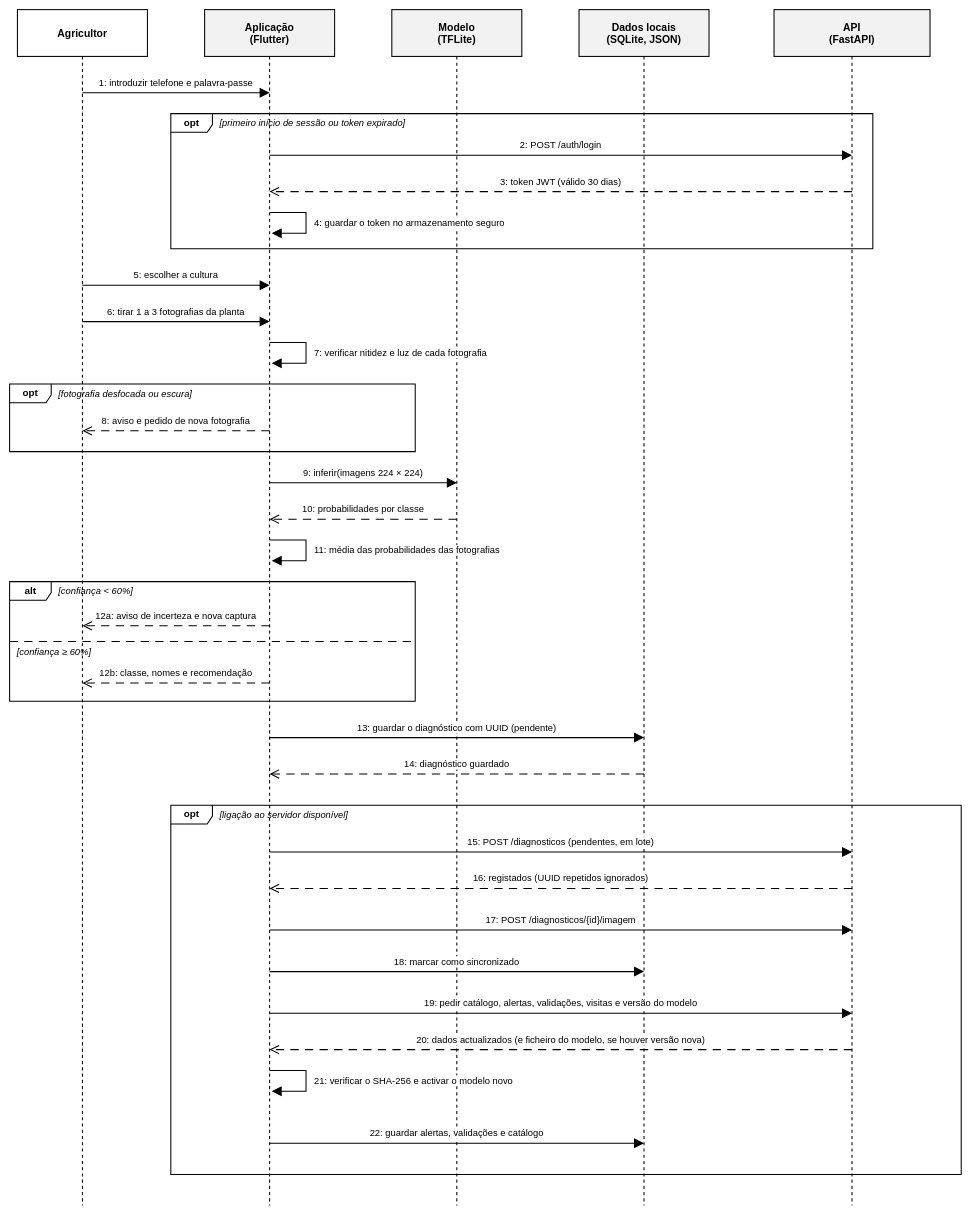
The draw.io diagram docs/entrega_tese/diagramas_v2/D4_sequencia_diagnostico.drawio in Yanick23/plataforma-fitossanitaria, before the edit. Source tidied: cells renumbered, new cells numbered last; positions are measured from the earlier drawing's top-left corner, leaving out a move shared by most shapes. Both pictures are drawn from the tidied source at 52%, with x=0, y=0 at pixel (9, 9).
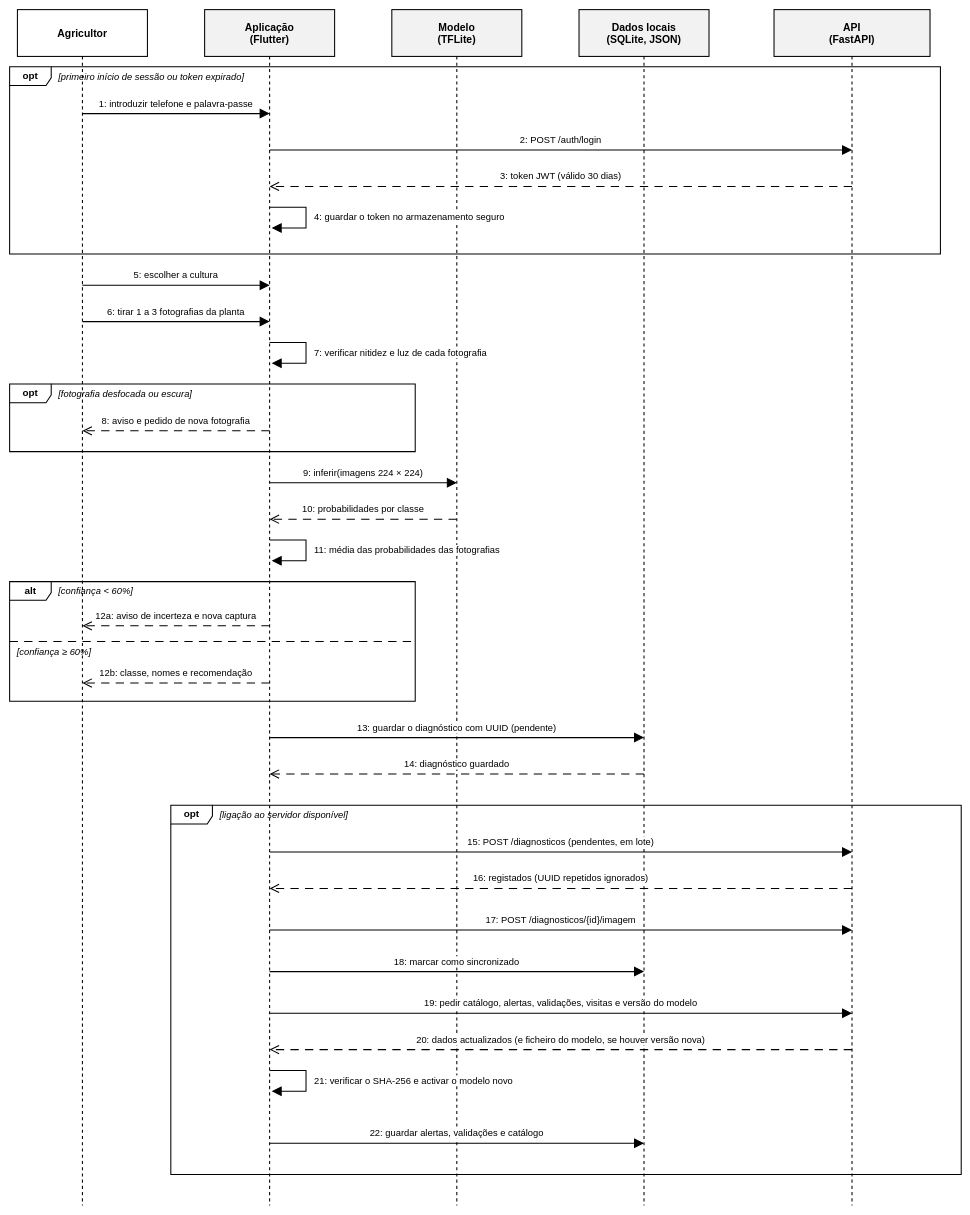
The same diagram, later.

The edit, as a diff of the source:
```diff
@@
-    <mxCell id="7" style="strokeColor=#000000;strokeWidth=2;endArrow=block;endFill=1;endSize=14;html=1;" parent="1" edge="1">
-      <mxGeometry relative="1" as="geometry">
-        <mxPoint x="140" y="160" as="sourcePoint" />
-        <mxPoint x="500" y="160" as="targetPoint" />
-      </mxGeometry>
+    <mxCell id="7" value="opt" style="shape=umlFrame;whiteSpace=wrap;html=1;width=80;height=36;fontFamily=Helvetica;fontColor=#000000;strokeColor=#000000;strokeWidth=2;fillColor=none;fontSize=19;fontStyle=1;" parent="1" vertex="1">
+      <mxGeometry y="110" width="1790" height="360" as="geometry" />
     </mxCell>
-    <mxCell id="8" value="1: introduzir telefone e palavra-passe" style="text;labelBackgroundColor=#FFFFFF;html=1;fontFamily=Helvetica;fontColor=#000000;fontSize=18;fontStyle=0;align=center;verticalAlign=middle;whiteSpace=wrap;" parent="1" vertex="1">
-      <mxGeometry x="100" y="126" width="440" height="30" as="geometry" />
+    <mxCell id="8" value="[primeiro início de sessão ou token expirado]" style="text;html=1;fontFamily=Helvetica;fontColor=#000000;fontSize=18;fontStyle=2;align=left;verticalAlign=middle;whiteSpace=wrap;" parent="1" vertex="1">
+      <mxGeometry x="92" y="112" width="1690" height="34" as="geometry" />
     </mxCell>
-    <mxCell id="9" value="opt" style="shape=umlFrame;whiteSpace=wrap;html=1;width=80;height=36;fontFamily=Helvetica;fontColor=#000000;strokeColor=#000000;strokeWidth=2;fillColor=none;fontSize=19;fontStyle=1;" parent="1" vertex="1">
-      <mxGeometry x="310" y="200" width="1350" height="260" as="geometry" />
+    <mxCell id="9" style="strokeColor=#000000;strokeWidth=2;endArrow=block;endFill=1;endSize=14;html=1;" parent="1" edge="1">
+      <mxGeometry relative="1" as="geometry">
+        <mxPoint x="140" y="200" as="sourcePoint" />
+        <mxPoint x="500" y="200" as="targetPoint" />
+      </mxGeometry>
     </mxCell>
-    <mxCell id="10" value="[primeiro início de sessão ou token expirado]" style="text;html=1;fontFamily=Helvetica;fontColor=#000000;fontSize=18;fontStyle=2;align=left;verticalAlign=middle;whiteSpace=wrap;" parent="1" vertex="1">
-      <mxGeometry x="402" y="202" width="1250" height="34" as="geometry" />
+    <mxCell id="10" value="1: introduzir telefone e palavra-passe" style="text;labelBackgroundColor=#FFFFFF;html=1;fontFamily=Helvetica;fontColor=#000000;fontSize=18;fontStyle=0;align=center;verticalAlign=middle;whiteSpace=wrap;" parent="1" vertex="1">
+      <mxGeometry x="100" y="166" width="440" height="30" as="geometry" />
     </mxCell>
     <mxCell id="11" style="strokeColor=#000000;strokeWidth=2;endArrow=block;endFill=1;endSize=14;html=1;" parent="1" edge="1">
       <mxGeometry relative="1" as="geometry">
-        <mxPoint x="500" y="280" as="sourcePoint" />
-        <mxPoint x="1620" y="280" as="targetPoint" />
+        <mxPoint x="500" y="270" as="sourcePoint" />
+        <mxPoint x="1620" y="270" as="targetPoint" />
       </mxGeometry>
     </mxCell>
     <mxCell id="12" value="2: POST /auth/login" style="text;labelBackgroundColor=#FFFFFF;html=1;fontFamily=Helvetica;fontColor=#000000;fontSize=18;fontStyle=0;align=center;verticalAlign=middle;whiteSpace=wrap;" parent="1" vertex="1">
-      <mxGeometry x="460" y="246" width="1200" height="30" as="geometry" />
+      <mxGeometry x="460" y="236" width="1200" height="30" as="geometry" />
     </mxCell>
     <mxCell id="13" style="strokeColor=#000000;strokeWidth=2;dashed=1;dashPattern=8 6;endArrow=open;endSize=14;html=1;" parent="1" edge="1">
       <mxGeometry relative="1" as="geometry">
-        <mxPoint x="1620" y="350" as="sourcePoint" />
-        <mxPoint x="500" y="350" as="targetPoint" />
+        <mxPoint x="1620" y="340" as="sourcePoint" />
+        <mxPoint x="500" y="340" as="targetPoint" />
       </mxGeometry>
     </mxCell>
     <mxCell id="14" value="3: token JWT (válido 30 dias)" style="text;labelBackgroundColor=#FFFFFF;html=1;fontFamily=Helvetica;fontColor=#000000;fontSize=18;fontStyle=0;align=center;verticalAlign=middle;whiteSpace=wrap;" parent="1" vertex="1">
-      <mxGeometry x="460" y="316" width="1200" height="30" as="geometry" />
+      <mxGeometry x="460" y="306" width="1200" height="30" as="geometry" />
     </mxCell>
     <mxCell id="15" style="strokeColor=#000000;strokeWidth=2;endArrow=block;endFill=1;endSize=14;html=1;rounded=0;" parent="1" edge="1">
       <mxGeometry relative="1" as="geometry">
-        <mxPoint x="500" y="390" as="sourcePoint" />
-        <mxPoint x="504" y="430" as="targetPoint" />
+        <mxPoint x="500" y="380" as="sourcePoint" />
+        <mxPoint x="504" y="420" as="targetPoint" />
         <Array as="points">
-          <mxPoint x="570" y="390" />
-          <mxPoint x="570" y="430" />
+          <mxPoint x="570" y="380" />
+          <mxPoint x="570" y="420" />
         </Array>
       </mxGeometry>
     </mxCell>
     <mxCell id="16" value="4: guardar o token no armazenamento seguro" style="text;labelBackgroundColor=#FFFFFF;html=1;fontFamily=Helvetica;fontColor=#000000;fontSize=18;fontStyle=0;align=left;verticalAlign=middle;whiteSpace=wrap;" parent="1" vertex="1">
-      <mxGeometry x="584" y="394" width="640" height="32" as="geometry" />
+      <mxGeometry x="584" y="384" width="640" height="32" as="geometry" />
     </mxCell>
```
